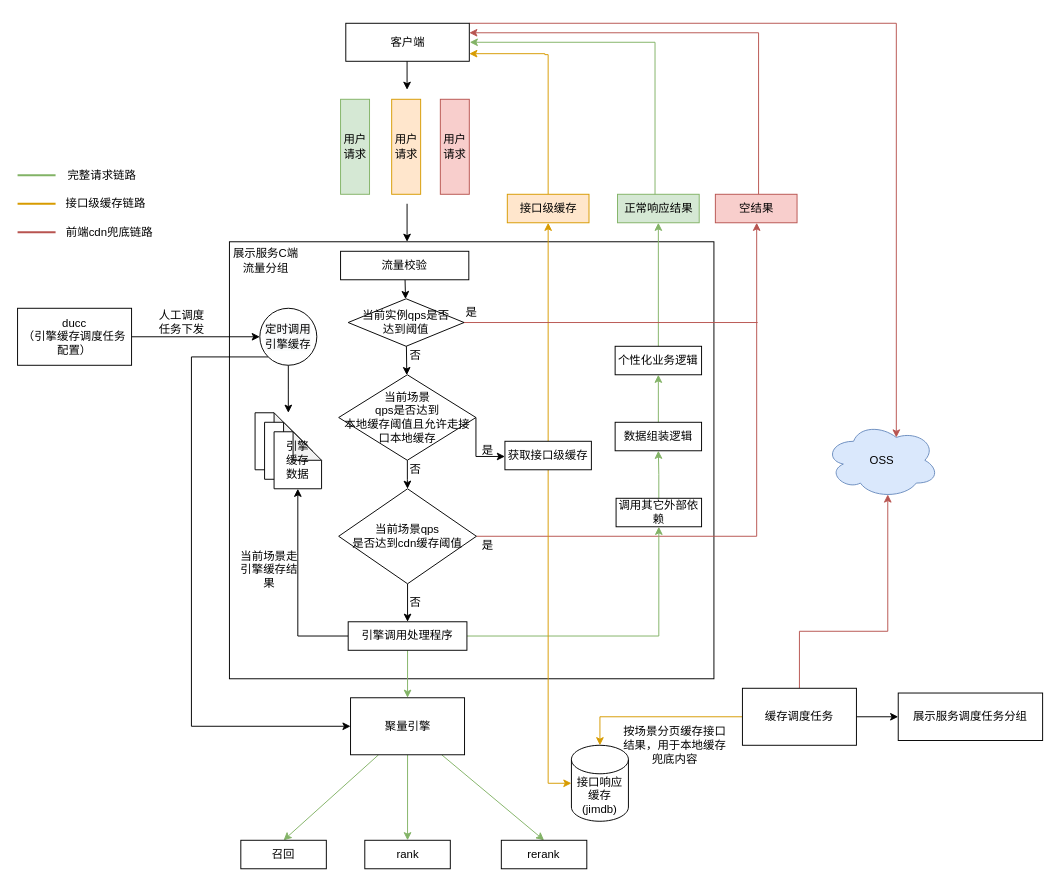
Above: 流量防控2.0.drawio in BlankKelly/diagrams (draw.io), before the change. Source tidied: cells renumbered, new cells numbered last; positions are measured from the earlier drawing's top-left corner, leaving out a move shared by most shapes. Both pictures are drawn from the tidied source at 95%, with x=0, y=0 at pixel (17, 23).
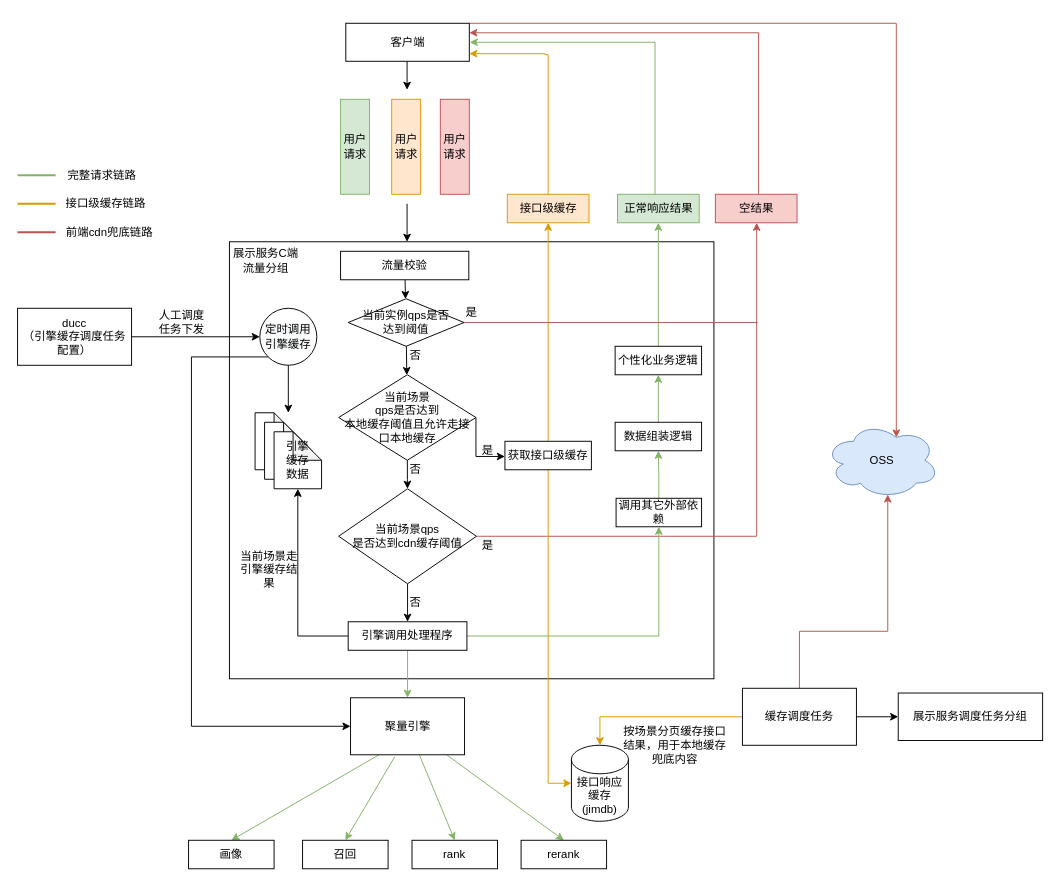
The same page after the edit.

Commit message:
更新流量防控2.0.drawio

The change refers to these unchanged cells:
```xml
<mxCell id="33" value="聚量引擎" style="whiteSpace=wrap;html=1;rounded=0;" parent="1" vertex="1">
  <mxGeometry x="350.5" y="710" width="120" height="60" as="geometry" />
</mxCell>
```

What changed in the source:
```diff
@@
-    <mxCell id="30" style="rounded=0;jettySize=auto;html=1;entryX=0.5;entryY=0;entryDx=0;entryDy=0;fillColor=#d5e8d4;strokeColor=#82b366;" parent="1" edge="1" target="65">
-      <mxGeometry relative="1" as="geometry">
-        <mxPoint x="380" y="770" as="sourcePoint" />
-      </mxGeometry>
+    <mxCell id="30" style="rounded=0;jettySize=auto;html=1;entryX=0.5;entryY=0;entryDx=0;entryDy=0;fillColor=#d5e8d4;strokeColor=#82b366;exitX=0.388;exitY=1.033;exitDx=0;exitDy=0;exitPerimeter=0;" parent="1" edge="1" source="33" target="65">
+      <mxGeometry relative="1" as="geometry" />
     </mxCell>
@@
+    <mxCell id="80" style="rounded=0;jettySize=auto;html=1;entryX=0.5;entryY=0;entryDx=0;entryDy=0;exitX=0.25;exitY=1;exitDx=0;exitDy=0;fillColor=#d5e8d4;strokeColor=#82b366;" parent="1" edge="1" source="33" target="81">
+      <mxGeometry relative="1" as="geometry" />
+    </mxCell>
@@
     <mxCell id="65" value="召回" style="rounded=0;whiteSpace=wrap;html=1;" parent="1" vertex="1">
-      <mxGeometry x="235" y="860" width="90" height="30" as="geometry" />
+      <mxGeometry x="300" y="860" width="90" height="30" as="geometry" />
     </mxCell>
     <mxCell id="66" value="rank" style="rounded=0;whiteSpace=wrap;html=1;" parent="1" vertex="1">
-      <mxGeometry x="365.5" y="860" width="90" height="30" as="geometry" />
+      <mxGeometry x="415.2" y="860" width="90" height="30" as="geometry" />
     </mxCell>
     <mxCell id="67" value="rerank" style="rounded=0;whiteSpace=wrap;html=1;" parent="1" vertex="1">
-      <mxGeometry x="509.2" y="860" width="90" height="30" as="geometry" />
+      <mxGeometry x="530" y="860" width="90" height="30" as="geometry" />
     </mxCell>
@@
+    <mxCell id="81" value="画像" style="rounded=0;whiteSpace=wrap;html=1;" parent="1" vertex="1">
+      <mxGeometry x="180" y="860" width="90" height="30" as="geometry" />
+    </mxCell>
```
